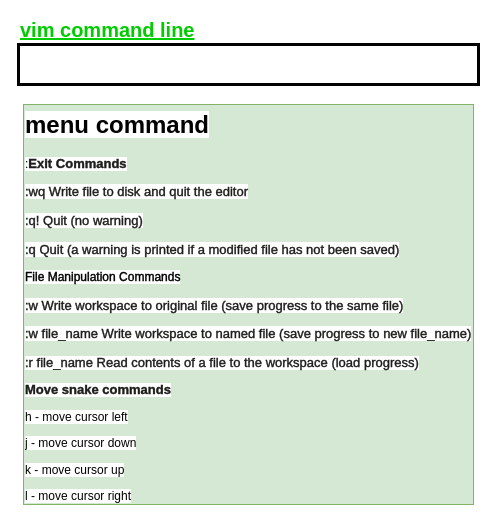
Above: assets/game_menu.drawio in huanmel/CppND-Capstone-Snake-Game (draw.io), before the change. Source tidied: cells renumbered, new cells numbered last; positions are measured from the earlier drawing's top-left corner, leaving out a move shared by most shapes. Both pictures are drawn from the tidied source at 100%, with x=0, y=0 at pixel (18, 44).
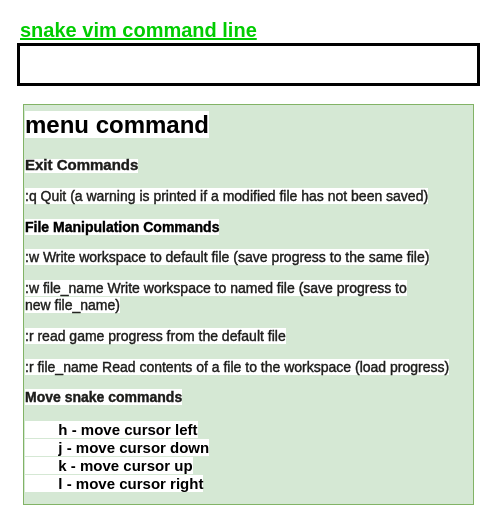
Above is the later version.

The edit, as a diff of the source:
```diff
@@
 <mxGraphModel>
   <root>
     <mxCell id="0" />
     <mxCell id="1" parent="0" />
-    <mxCell id="2" value="&lt;span style=&quot;color: rgb(0, 204, 0); font-size: 20px; font-weight: 700; text-decoration-line: underline;&quot;&gt;vim command line&lt;/span&gt;" style="whiteSpace=wrap;html=1;strokeWidth=3;verticalAlign=bottom;labelPosition=center;verticalLabelPosition=top;align=left;" parent="1" vertex="1">
+    <mxCell id="2" value="&lt;span style=&quot;color: rgb(0, 204, 0); font-size: 20px; font-weight: 700; text-decoration-line: underline;&quot;&gt;snake vim command line&lt;/span&gt;" style="whiteSpace=wrap;html=1;strokeWidth=3;verticalAlign=bottom;labelPosition=center;verticalLabelPosition=top;align=left;" parent="1" vertex="1">
       <mxGeometry width="460" height="40" as="geometry" />
     </mxCell>
-    <mxCell id="3" value="&lt;h1 style=&quot;margin-top: 0px;&quot;&gt;&lt;span style=&quot;background-color: rgb(255, 255, 255);&quot;&gt;menu command&lt;/span&gt;&lt;/h1&gt;&lt;p&gt;&lt;span style=&quot;background-color: rgb(255, 255, 255);&quot;&gt;:&lt;span style=&quot;-webkit-text-stroke: 0.4px; color: rgb(29, 29, 27); font-size: small; font-weight: bold;&quot;&gt;Exit Commands&lt;/span&gt;&lt;/span&gt;&lt;/p&gt;&lt;p style=&quot;-webkit-text-stroke-width: 0.4px; color: rgb(29, 29, 27); font-size: small; -webkit-text-stroke-color: initial !important;&quot;&gt;&lt;span style=&quot;background-color: rgb(255, 255, 255);&quot;&gt;:wq Write file to disk and quit the editor&lt;/span&gt;&lt;/p&gt;&lt;p style=&quot;-webkit-text-stroke-width: 0.4px; color: rgb(29, 29, 27); font-size: small; -webkit-text-stroke-color: initial !important;&quot;&gt;&lt;span style=&quot;background-color: rgb(255, 255, 255);&quot;&gt;:q! Quit (no warning)&lt;/span&gt;&lt;/p&gt;&lt;p style=&quot;-webkit-text-stroke-width: 0.4px; color: rgb(29, 29, 27); font-size: small; -webkit-text-stroke-color: initial !important;&quot;&gt;&lt;span style=&quot;background-color: rgb(255, 255, 255);&quot;&gt;:q Quit (a warning is printed if a modified file has not been saved)&lt;/span&gt;&lt;/p&gt;&lt;p style=&quot;-webkit-text-stroke: 0.4px !important;&quot;&gt;&lt;span style=&quot;background-color: rgb(255, 255, 255);&quot;&gt;File Manipulation Commands&lt;/span&gt;&lt;/p&gt;&lt;p style=&quot;-webkit-text-stroke-width: 0.4px; color: rgb(29, 29, 27); font-size: small; -webkit-text-stroke-color: initial !important;&quot;&gt;&lt;span style=&quot;background-color: rgb(255, 255, 255);&quot;&gt;&lt;b style=&quot;-webkit-text-stroke-width: 0.4px; -webkit-text-stroke-color: initial !important;&quot;&gt;&lt;/b&gt;&lt;/span&gt;&lt;/p&gt;&lt;p style=&quot;-webkit-text-stroke-width: 0.4px; color: rgb(29, 29, 27); font-size: small; -webkit-text-stroke-color: initial !important;&quot;&gt;&lt;span style=&quot;background-color: rgb(255, 255, 255);&quot;&gt;:w Write workspace to original file (save progress to the same file)&lt;/span&gt;&lt;/p&gt;&lt;p style=&quot;-webkit-text-stroke-width: 0.4px; color: rgb(29, 29, 27); font-size: small; -webkit-text-stroke-color: initial !important;&quot;&gt;&lt;span style=&quot;background-color: rgb(255, 255, 255);&quot;&gt;&lt;span style=&quot;-webkit-text-stroke-width: 0.4px;&quot;&gt;:w file_name Write workspace to named file (save progress to new&amp;nbsp;&lt;/span&gt;&lt;span style=&quot;-webkit-text-stroke-width: 0.4px;&quot;&gt;file_name&lt;/span&gt;&lt;span style=&quot;-webkit-text-stroke-width: 0.4px;&quot;&gt;)&lt;/span&gt;&lt;br&gt;&lt;/span&gt;&lt;/p&gt;&lt;p style=&quot;-webkit-text-stroke-color: initial !important;&quot;&gt;&lt;span style=&quot;background-color: rgb(255, 255, 255);&quot;&gt;&lt;font size=&quot;2&quot; color=&quot;#1d1d1b&quot;&gt;&lt;span style=&quot;-webkit-text-stroke-width: 0.4px;&quot;&gt;:r&amp;nbsp;&lt;/span&gt;&lt;/font&gt;&lt;span style=&quot;color: rgb(29, 29, 27); font-size: small; -webkit-text-stroke-width: 0.4px;&quot;&gt;file_name&amp;nbsp;&lt;/span&gt;&lt;font style=&quot;&quot; size=&quot;2&quot; color=&quot;#1d1d1b&quot;&gt;&lt;span style=&quot;-webkit-text-stroke-width: 0.4px;&quot;&gt;Read contents of a file to the workspace (load progress)&lt;/span&gt;&lt;/font&gt;&lt;/span&gt;&lt;br&gt;&lt;/p&gt;&lt;p style=&quot;-webkit-text-stroke-color: initial !important;&quot;&gt;&lt;span style=&quot;background-color: rgb(255, 255, 255);&quot;&gt;&lt;font style=&quot;&quot; size=&quot;2&quot; color=&quot;#1d1d1b&quot;&gt;&lt;span style=&quot;-webkit-text-stroke-width: 0.4px;&quot;&gt;&lt;b&gt;Move snake commands&lt;/b&gt;&lt;/span&gt;&lt;/font&gt;&lt;/span&gt;&lt;/p&gt;&lt;p style=&quot;-webkit-text-stroke-color: initial !important;&quot;&gt;&lt;span style=&quot;background-color: rgb(255, 255, 255);&quot;&gt;h - move cursor left&lt;/span&gt;&lt;/p&gt;&lt;p style=&quot;-webkit-text-stroke-color: initial !important;&quot;&gt;&lt;span style=&quot;background-color: rgb(255, 255, 255);&quot;&gt;j - move cursor down&lt;/span&gt;&lt;/p&gt;&lt;p style=&quot;-webkit-text-stroke-color: initial !important;&quot;&gt;&lt;span style=&quot;background-color: rgb(255, 255, 255);&quot;&gt;k - move cursor up&lt;/span&gt;&lt;/p&gt;&lt;p style=&quot;-webkit-text-stroke-color: initial !important;&quot;&gt;&lt;span style=&quot;background-color: rgb(255, 255, 255);&quot;&gt;l - move cursor right&lt;/span&gt;&lt;/p&gt;" style="text;html=1;whiteSpace=wrap;overflow=hidden;rounded=0;fillColor=#d5e8d4;strokeColor=#82b366;" parent="1" vertex="1">
+    <mxCell id="3" value="&lt;h1 style=&quot;margin-top: 0px;&quot;&gt;&lt;span style=&quot;background-color: rgb(255, 255, 255);&quot;&gt;menu command&lt;/span&gt;&lt;/h1&gt;&lt;p&gt;&lt;span style=&quot;background-color: rgb(255, 255, 255);&quot;&gt;&lt;span style=&quot;-webkit-text-stroke: 0.4px; color: rgb(29, 29, 27); font-weight: bold;&quot;&gt;&lt;font style=&quot;font-size: 15px;&quot;&gt;Exit Commands&lt;/font&gt;&lt;/span&gt;&lt;/span&gt;&lt;/p&gt;&lt;p style=&quot;-webkit-text-stroke-width: 0.4px; color: rgb(29, 29, 27); -webkit-text-stroke-color: initial !important; font-size: 14px;&quot;&gt;&lt;font style=&quot;font-size: 14px;&quot;&gt;&lt;span style=&quot;background-color: rgb(255, 255, 255); -webkit-text-stroke: 0.4px;&quot;&gt;:q Quit (a warning is printed if a modified file has not been saved)&lt;/span&gt;&lt;br&gt;&lt;/font&gt;&lt;/p&gt;&lt;p style=&quot;-webkit-text-stroke: 0.4px !important; font-size: 14px;&quot;&gt;&lt;span style=&quot;background-color: rgb(255, 255, 255);&quot;&gt;&lt;font style=&quot;font-size: 14px;&quot;&gt;&lt;b&gt;File Manipulation Commands&lt;/b&gt;&lt;/font&gt;&lt;/span&gt;&lt;/p&gt;&lt;p style=&quot;-webkit-text-stroke-width: 0.4px; color: rgb(29, 29, 27); -webkit-text-stroke-color: initial !important; font-size: 14px;&quot;&gt;&lt;span style=&quot;background-color: rgb(255, 255, 255);&quot;&gt;&lt;font style=&quot;font-size: 14px;&quot;&gt;&lt;b style=&quot;-webkit-text-stroke-width: 0.4px; -webkit-text-stroke-color: initial !important;&quot;&gt;&lt;/b&gt;&lt;/font&gt;&lt;/span&gt;&lt;/p&gt;&lt;p style=&quot;-webkit-text-stroke-width: 0.4px; color: rgb(29, 29, 27); -webkit-text-stroke-color: initial !important; font-size: 14px;&quot;&gt;&lt;span style=&quot;background-color: rgb(255, 255, 255);&quot;&gt;&lt;font style=&quot;font-size: 14px;&quot;&gt;:w Write workspace to default file (save progress to the same file)&lt;/font&gt;&lt;/span&gt;&lt;/p&gt;&lt;p style=&quot;-webkit-text-stroke-width: 0.4px; color: rgb(29, 29, 27); -webkit-text-stroke-color: initial !important; font-size: 14px;&quot;&gt;&lt;span style=&quot;background-color: rgb(255, 255, 255);&quot;&gt;&lt;font style=&quot;font-size: 14px;&quot;&gt;&lt;span style=&quot;-webkit-text-stroke-width: 0.4px;&quot;&gt;:w file_name Write workspace to named file (save progress to new&amp;nbsp;&lt;/span&gt;&lt;span style=&quot;-webkit-text-stroke-width: 0.4px;&quot;&gt;file_name&lt;/span&gt;&lt;span style=&quot;-webkit-text-stroke-width: 0.4px;&quot;&gt;)&lt;/span&gt;&lt;br&gt;&lt;/font&gt;&lt;/span&gt;&lt;/p&gt;&lt;p style=&quot;-webkit-text-stroke-width: 0.4px; color: rgb(29, 29, 27); -webkit-text-stroke-color: initial !important; font-size: 14px;&quot;&gt;&lt;span style=&quot;background-color: rgb(255, 255, 255);&quot;&gt;&lt;span style=&quot;-webkit-text-stroke-width: 0.4px;&quot;&gt;&lt;font style=&quot;font-size: 14px;&quot;&gt;:r read game progress from the default file&lt;/font&gt;&lt;/span&gt;&lt;/span&gt;&lt;/p&gt;&lt;p style=&quot;-webkit-text-stroke-color: initial !important; font-size: 14px;&quot;&gt;&lt;span style=&quot;background-color: rgb(255, 255, 255);&quot;&gt;&lt;font style=&quot;font-size: 14px;&quot;&gt;&lt;font style=&quot;font-size: 14px;&quot; color=&quot;#1d1d1b&quot;&gt;&lt;span style=&quot;-webkit-text-stroke-width: 0.4px;&quot;&gt;:r&amp;nbsp;&lt;/span&gt;&lt;/font&gt;&lt;span style=&quot;color: rgb(29, 29, 27); -webkit-text-stroke-width: 0.4px;&quot;&gt;file_name&amp;nbsp;&lt;/span&gt;&lt;font style=&quot;font-size: 14px;&quot; color=&quot;#1d1d1b&quot;&gt;&lt;span style=&quot;-webkit-text-stroke-width: 0.4px;&quot;&gt;Read contents of a file to the workspace (load progress)&lt;/span&gt;&lt;/font&gt;&lt;/font&gt;&lt;/span&gt;&lt;br&gt;&lt;/p&gt;&lt;p style=&quot;-webkit-text-stroke-color: initial !important; font-size: 14px;&quot;&gt;&lt;span style=&quot;background-color: rgb(255, 255, 255);&quot;&gt;&lt;font style=&quot;font-size: 14px;&quot; color=&quot;#1d1d1b&quot;&gt;&lt;span style=&quot;-webkit-text-stroke-width: 0.4px;&quot;&gt;&lt;b style=&quot;&quot;&gt;Move snake commands&lt;/b&gt;&lt;/span&gt;&lt;/font&gt;&lt;/span&gt;&lt;/p&gt;&lt;p style=&quot;-webkit-text-stroke-color: initial !important; font-size: 15px;&quot;&gt;&lt;b&gt;&lt;span style=&quot;background-color: rgb(255, 255, 255);&quot;&gt;&lt;font style=&quot;font-size: 15px;&quot;&gt;&lt;span style=&quot;white-space: pre;&quot;&gt;&#9;&lt;/span&gt;h - move cursor left&lt;br&gt;&lt;/font&gt;&lt;/span&gt;&lt;span style=&quot;background-color: rgb(255, 255, 255); -webkit-text-stroke-color: initial;&quot;&gt;&lt;span style=&quot;white-space: pre;&quot;&gt;&#9;&lt;/span&gt;j - move cursor down&lt;br&gt;&lt;/span&gt;&lt;span style=&quot;background-color: rgb(255, 255, 255); -webkit-text-stroke-color: initial;&quot;&gt;&lt;span style=&quot;white-space: pre;&quot;&gt;&#9;&lt;/span&gt;k - move cursor up&lt;br&gt;&lt;/span&gt;&lt;span style=&quot;background-color: rgb(255, 255, 255); -webkit-text-stroke-color: initial;&quot;&gt;&lt;span style=&quot;white-space: pre;&quot;&gt;&#9;&lt;/span&gt;l - move cursor right&lt;/span&gt;&lt;/b&gt;&lt;span style=&quot;background-color: rgb(255, 255, 255); -webkit-text-stroke-color: initial;&quot;&gt;&lt;br&gt;&lt;/span&gt;&lt;/p&gt;" style="text;html=1;whiteSpace=wrap;overflow=hidden;rounded=0;fillColor=#d5e8d4;strokeColor=#82b366;" parent="1" vertex="1">
       <mxGeometry x="5" y="60" width="450" height="400" as="geometry" />
     </mxCell>
   </root>
 </mxGraphModel>
```
